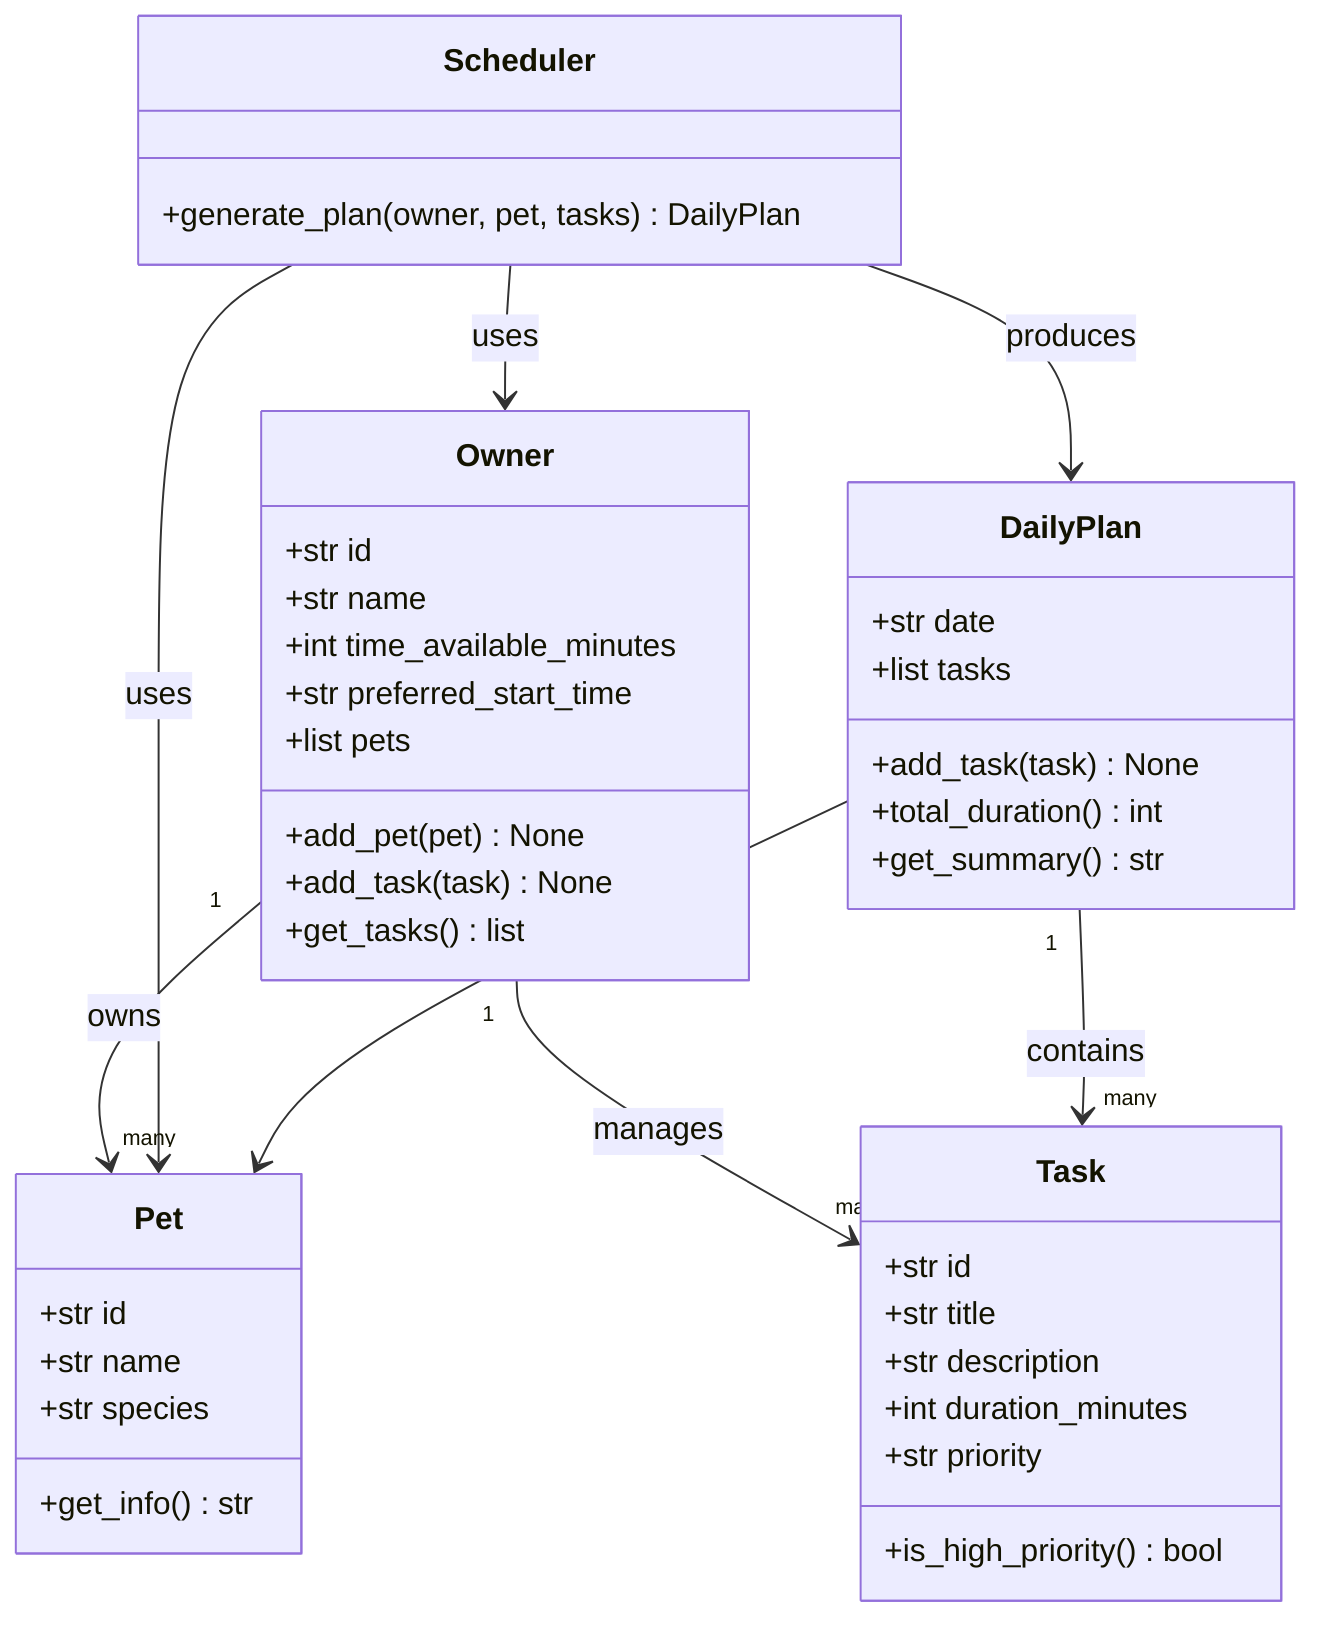
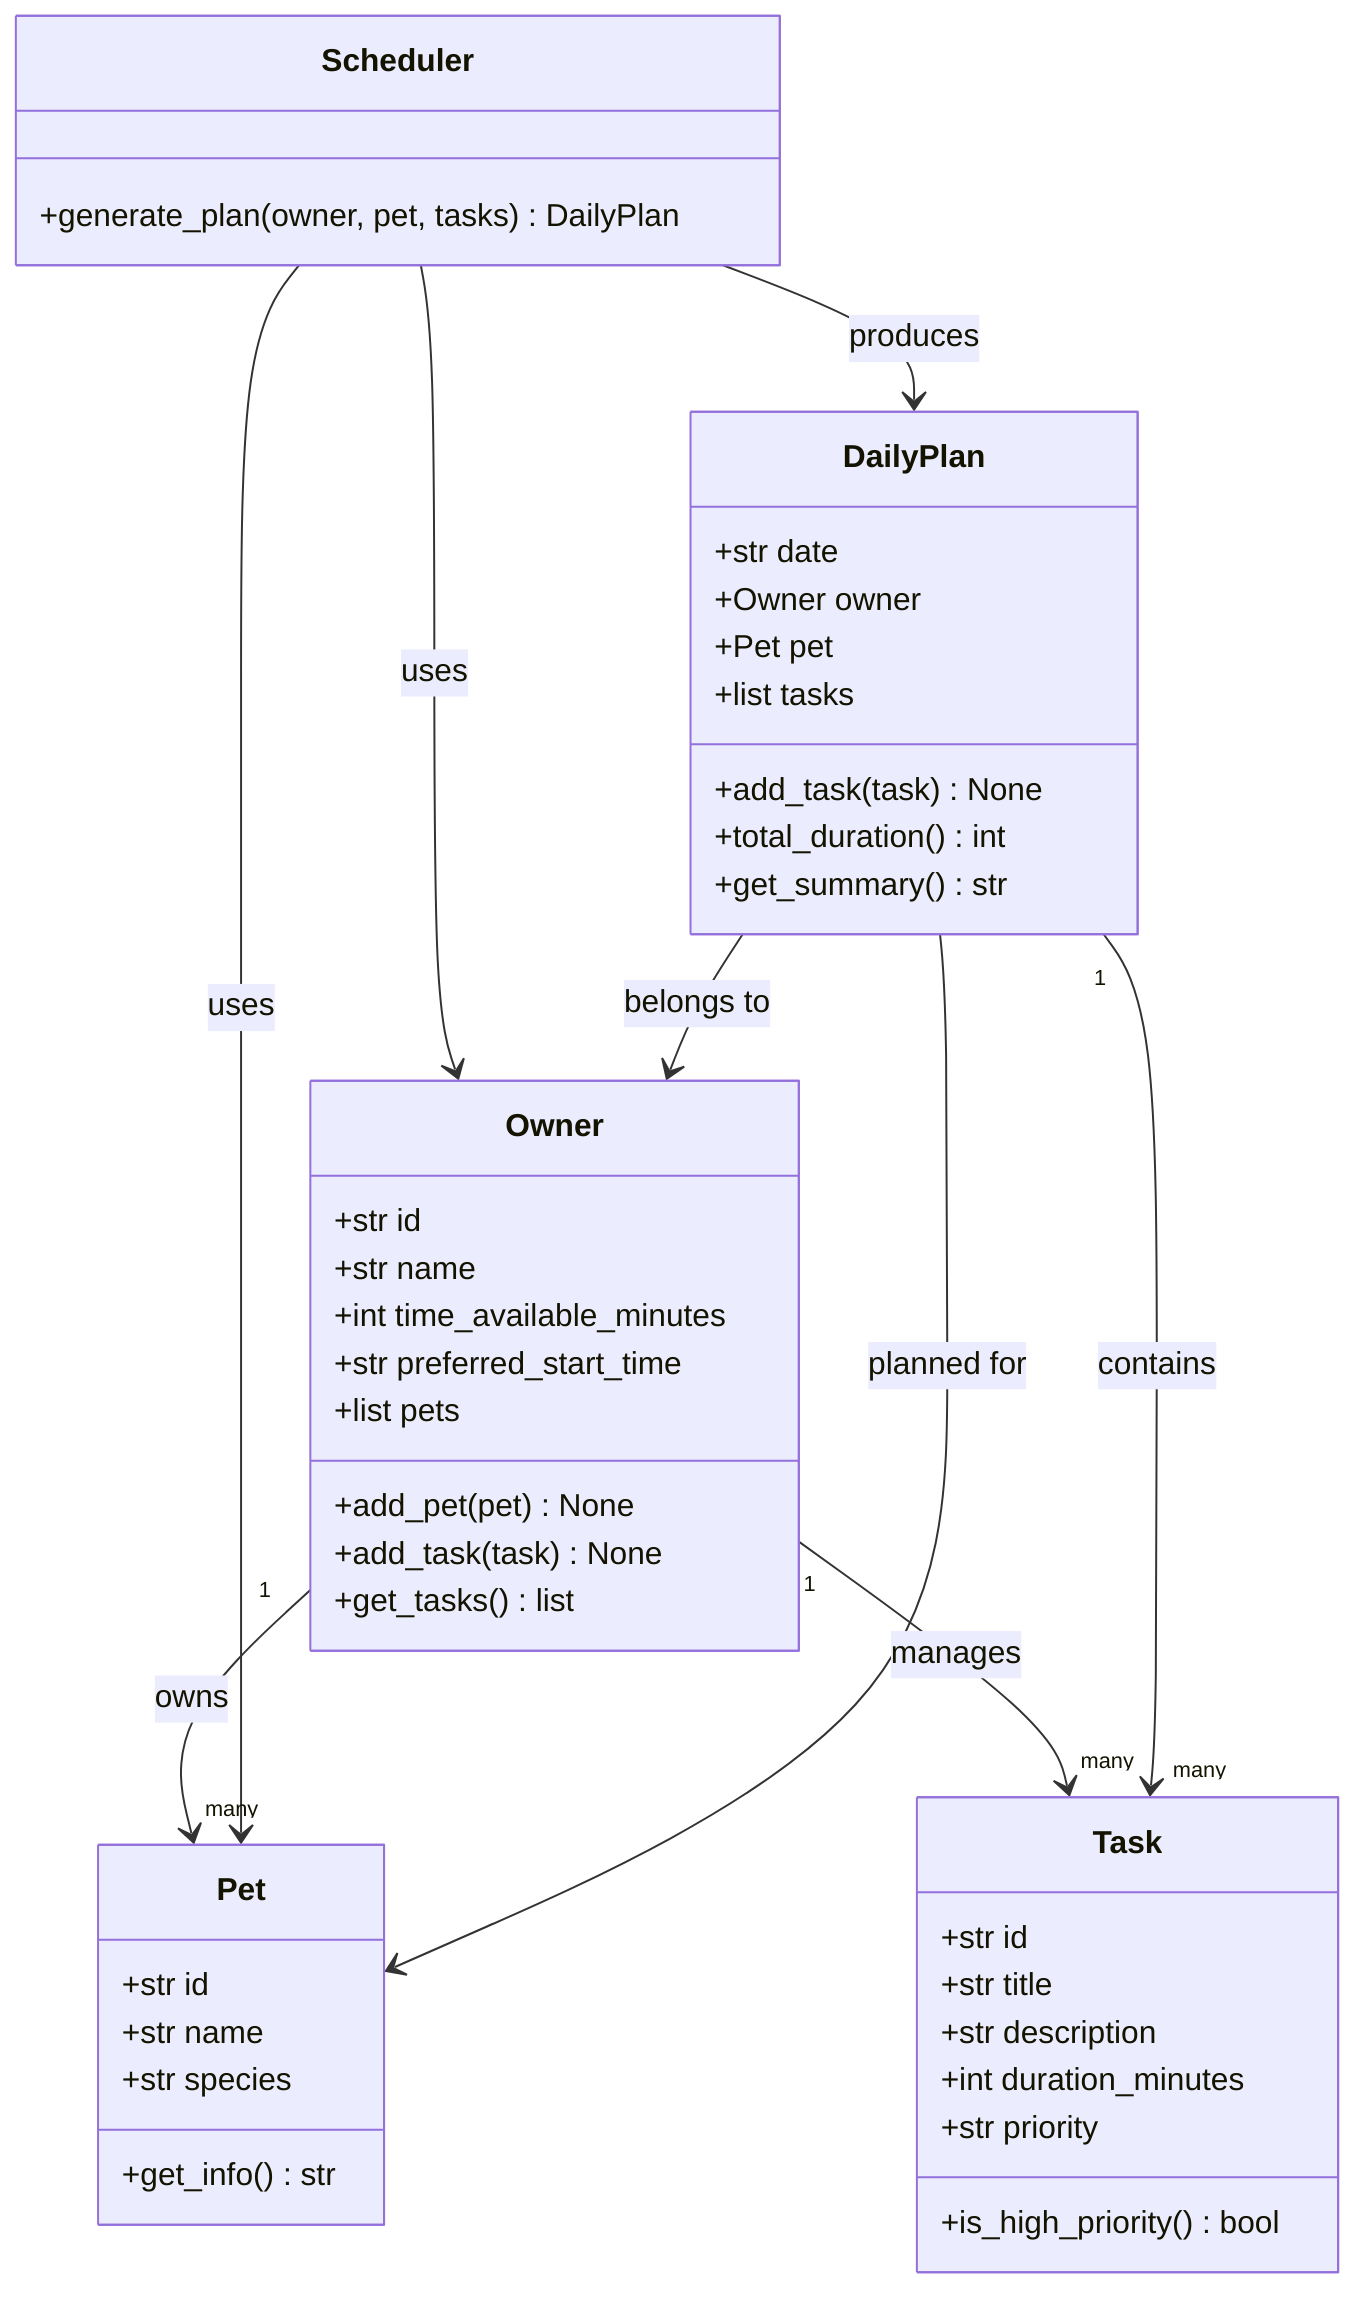
classDiagram
    class Pet {
        +str id
        +str name
        +str species
        +get_info() str
    }

    class Owner {
        +str id
        +str name
        +int time_available_minutes
        +str preferred_start_time
        +list pets
        +add_pet(pet) None
        +add_task(task) None
        +get_tasks() list
    }

    class Task {
        +str id
        +str title
        +str description
        +int duration_minutes
        +str priority
        +is_high_priority() bool
    }

    class DailyPlan {
        +str date
+         +Owner owner
+         +Pet pet
        +list tasks
        +add_task(task) None
        +total_duration() int
        +get_summary() str
    }

    class Scheduler {
        +generate_plan(owner, pet, tasks) DailyPlan
    }

    Owner "1" --> "many" Pet : owns
    Owner "1" --> "many" Task : manages
    Scheduler --> Owner : uses
    Scheduler --> Pet : uses
    Scheduler --> DailyPlan : produces
    DailyPlan "1" --> "many" Task : contains
    DailyPlan --> Pet : planned for
+     DailyPlan --> Owner : belongs to
